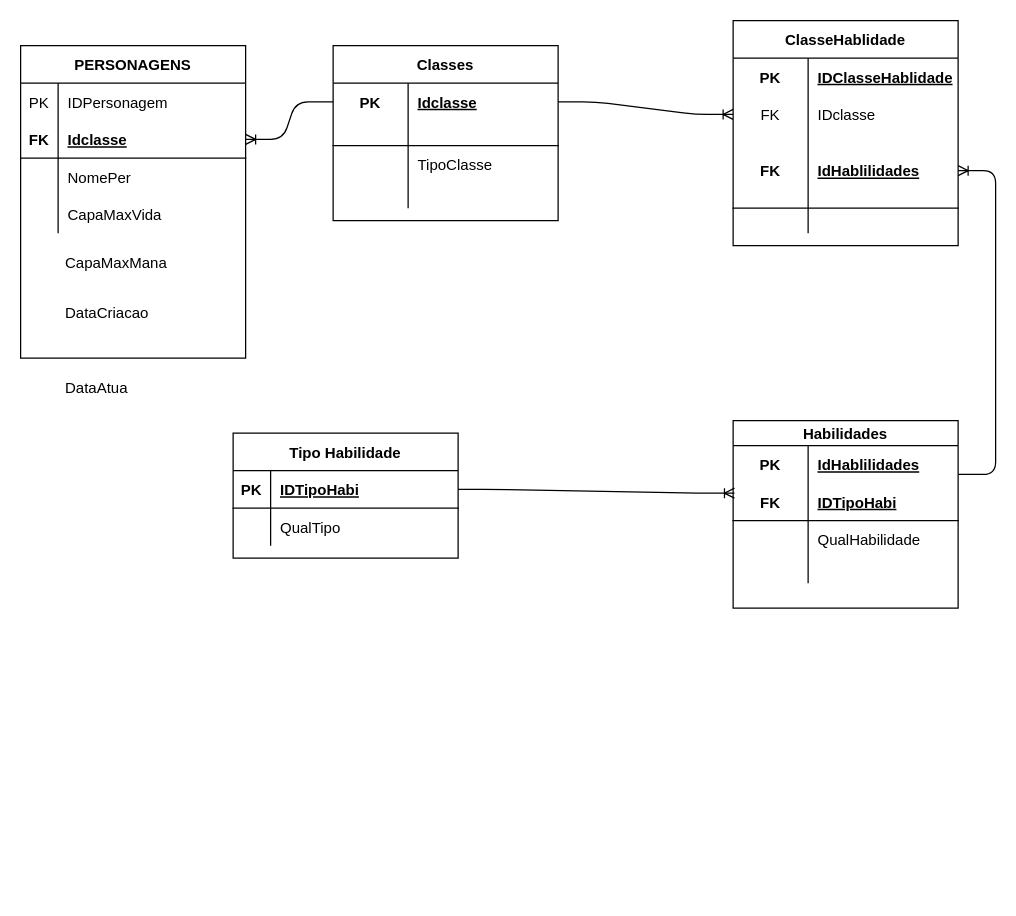
Earlier version of the draw.io diagram page "LOGICO" (2 of 2) of ²Modelagem/ProjetoHroads(Conceitual e logico).drawio (Quatrochifh/ProjetoHROADS). Source tidied: cells renumbered, new cells numbered last; positions are measured from the earlier drawing's top-left corner, leaving out a move shared by most shapes. Both pictures are drawn from the tidied source at 125%, with x=0, y=0 at pixel (20, 20).
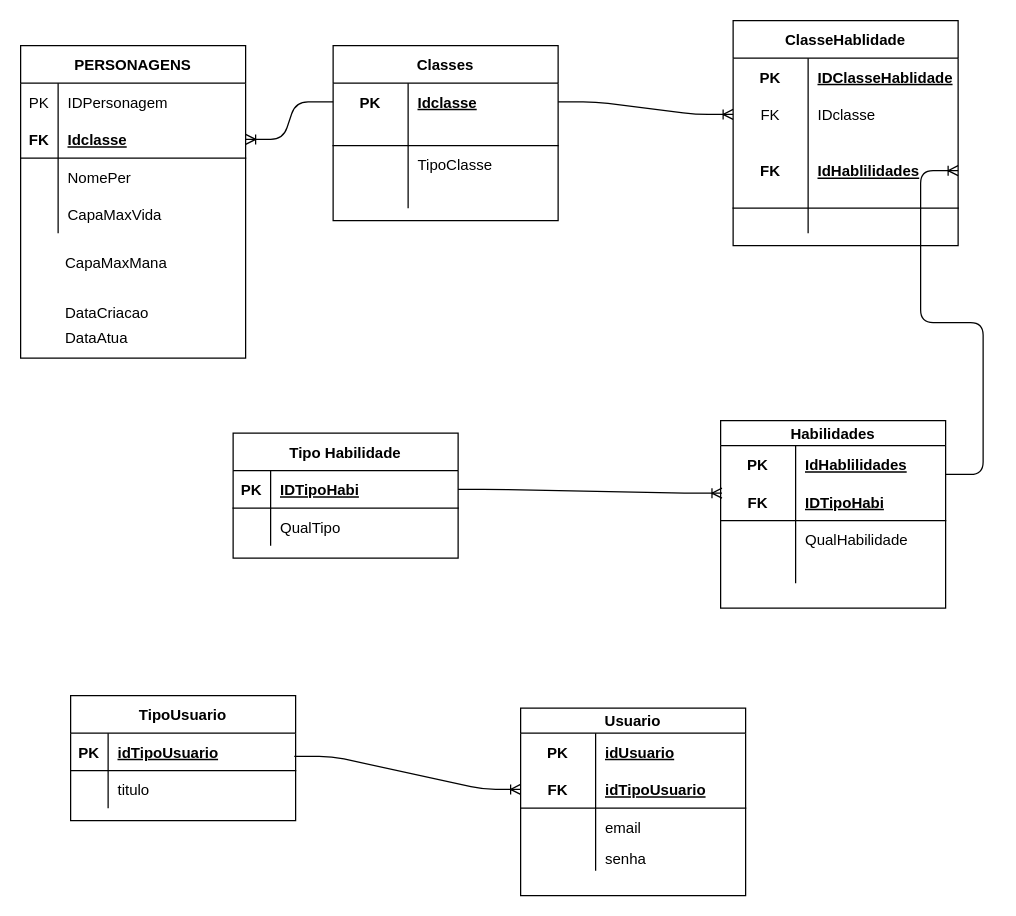
After the change.

What changed in the source:
```diff
@@
     <mxCell id="29" value="DataAtua" style="text;strokeColor=none;fillColor=none;spacingLeft=4;spacingRight=4;overflow=hidden;fontSize=12;" parent="1" vertex="1">
-      <mxGeometry x="30" y="280" width="150" height="30" as="geometry" />
+      <mxGeometry x="30" y="240" width="150" height="30" as="geometry" />
     </mxCell>
@@
     <mxCell id="31" value="Habilidades" style="shape=table;startSize=20;childLayout=tableLayout;rowLines=0;fontStyle=1;align=center;" parent="1" vertex="1">
-      <mxGeometry x="570" y="320" width="180" height="150" as="geometry" />
+      <mxGeometry x="560" y="320" width="180" height="150" as="geometry" />
     </mxCell>
@@
+    <mxCell id="68" value="TipoUsuario" style="shape=table;startSize=30;childLayout=tableLayout;rowLines=0;fontStyle=1;align=center;" parent="1" vertex="1">
+      <mxGeometry x="40" y="540" width="180" height="100" as="geometry" />
+    </mxCell>
+    <mxCell id="69" style="shape=partialRectangle;fillColor=none;top=0;left=0;bottom=1;right=0;" parent="68" vertex="1">
+      <mxGeometry y="30" width="180" height="30" as="geometry" />
+    </mxCell>
+    <mxCell id="70" value="PK" style="shape=partialRectangle;fillColor=none;top=0;left=0;bottom=0;right=0;fontStyle=1;overflow=hidden;" parent="69" vertex="1">
+      <mxGeometry width="30" height="30" as="geometry" />
+    </mxCell>
+    <mxCell id="71" value="idTipoUsuario" style="shape=partialRectangle;fillColor=none;top=0;left=0;bottom=0;right=0;align=left;spacingLeft=6;fontStyle=5;overflow=hidden;" parent="69" vertex="1">
+      <mxGeometry x="30" width="150" height="30" as="geometry" />
+    </mxCell>
+    <mxCell id="72" style="shape=partialRectangle;fillColor=none;top=0;left=0;bottom=0;right=0;" parent="68" vertex="1">
+      <mxGeometry y="60" width="180" height="30" as="geometry" />
+    </mxCell>
+    <mxCell id="73" style="shape=partialRectangle;fillColor=none;top=0;left=0;bottom=0;right=0;overflow=hidden;" parent="72" vertex="1">
+      <mxGeometry width="30" height="30" as="geometry" />
+    </mxCell>
+    <mxCell id="74" value="titulo" style="shape=partialRectangle;fillColor=none;top=0;left=0;bottom=0;right=0;align=left;spacingLeft=6;overflow=hidden;" parent="72" vertex="1">
+      <mxGeometry x="30" width="150" height="30" as="geometry" />
+    </mxCell>
+    <mxCell id="75" style="group;" parent="1" vertex="1">
+      <mxGeometry x="410" y="550" width="180" height="150" as="geometry" />
+    </mxCell>
+    <mxCell id="76" value="Usuario" style="shape=table;startSize=20;childLayout=tableLayout;rowLines=0;fontStyle=1;align=center;" parent="75" vertex="1">
+      <mxGeometry x="-10" width="180" height="150" as="geometry" />
+    </mxCell>
+    <mxCell id="77" style="shape=partialRectangle;fillColor=none;top=0;left=0;bottom=0;right=0;" parent="76" vertex="1">
+      <mxGeometry y="20" width="180" height="30" as="geometry" />
+    </mxCell>
+    <mxCell id="78" value="PK" style="shape=partialRectangle;fillColor=none;top=0;left=0;bottom=0;right=0;fontStyle=1;overflow=hidden;" parent="77" vertex="1">
+      <mxGeometry width="60" height="30" as="geometry" />
+    </mxCell>
+    <mxCell id="79" value="idUsuario" style="shape=partialRectangle;fillColor=none;top=0;left=0;bottom=0;right=0;align=left;spacingLeft=6;fontStyle=5;overflow=hidden;" parent="77" vertex="1">
+      <mxGeometry x="60" width="120" height="30" as="geometry" />
+    </mxCell>
+    <mxCell id="80" style="shape=partialRectangle;fillColor=none;top=0;left=0;bottom=1;right=0;points=[[0,0.5],[1,0.5]];portConstraint=eastwest;" parent="76" vertex="1">
+      <mxGeometry y="50" width="180" height="30" as="geometry" />
+    </mxCell>
+    <mxCell id="81" value="FK" style="shape=partialRectangle;fillColor=none;top=0;left=0;bottom=0;right=0;fontStyle=1;overflow=hidden;" parent="80" vertex="1">
+      <mxGeometry width="60" height="30" as="geometry" />
+    </mxCell>
+    <mxCell id="82" value="idTipoUsuario" style="shape=partialRectangle;fillColor=none;top=0;left=0;bottom=0;right=0;align=left;spacingLeft=6;fontStyle=5;overflow=hidden;" parent="80" vertex="1">
+      <mxGeometry x="60" width="120" height="30" as="geometry" />
+    </mxCell>
+    <mxCell id="83" style="shape=partialRectangle;fillColor=none;top=0;left=0;bottom=0;right=0;" parent="76" vertex="1">
+      <mxGeometry y="80" width="180" height="30" as="geometry" />
+    </mxCell>
+    <mxCell id="84" style="shape=partialRectangle;fillColor=none;top=0;left=0;bottom=0;right=0;overflow=hidden;" parent="83" vertex="1">
+      <mxGeometry width="60" height="30" as="geometry" />
+    </mxCell>
+    <mxCell id="85" value="email" style="shape=partialRectangle;fillColor=none;top=0;left=0;bottom=0;right=0;align=left;spacingLeft=6;overflow=hidden;" parent="83" vertex="1">
+      <mxGeometry x="60" width="120" height="30" as="geometry" />
+    </mxCell>
+    <mxCell id="86" style="shape=partialRectangle;fillColor=none;top=0;left=0;bottom=0;right=0;" parent="76" vertex="1">
+      <mxGeometry y="110" width="180" height="20" as="geometry" />
+    </mxCell>
+    <mxCell id="87" style="shape=partialRectangle;fillColor=none;top=0;left=0;bottom=0;right=0;overflow=hidden;" parent="86" vertex="1">
+      <mxGeometry width="60" height="20" as="geometry" />
+    </mxCell>
+    <mxCell id="88" style="shape=partialRectangle;fillColor=none;top=0;left=0;bottom=0;right=0;align=left;spacingLeft=6;overflow=hidden;" parent="86" vertex="1">
+      <mxGeometry x="60" width="120" height="20" as="geometry" />
+    </mxCell>
+    <mxCell id="89" value="senha" style="shape=partialRectangle;fillColor=none;top=0;left=0;bottom=0;right=0;align=left;spacingLeft=6;overflow=hidden;" parent="75" vertex="1">
+      <mxGeometry x="50" y="105" width="120" height="30" as="geometry" />
+    </mxCell>
+    <mxCell id="90" style="edgeStyle=entityRelationEdgeStyle;fontSize=12;html=1;endArrow=ERoneToMany;entryX=0;entryY=0.5;entryDx=0;entryDy=0;exitX=1;exitY=0.5;exitDx=0;exitDy=0;" parent="1" edge="1" target="80">
+      <mxGeometry relative="1" as="geometry">
+        <mxPoint x="218.9" y="588.5" as="sourcePoint" />
+      </mxGeometry>
+    </mxCell>
```
